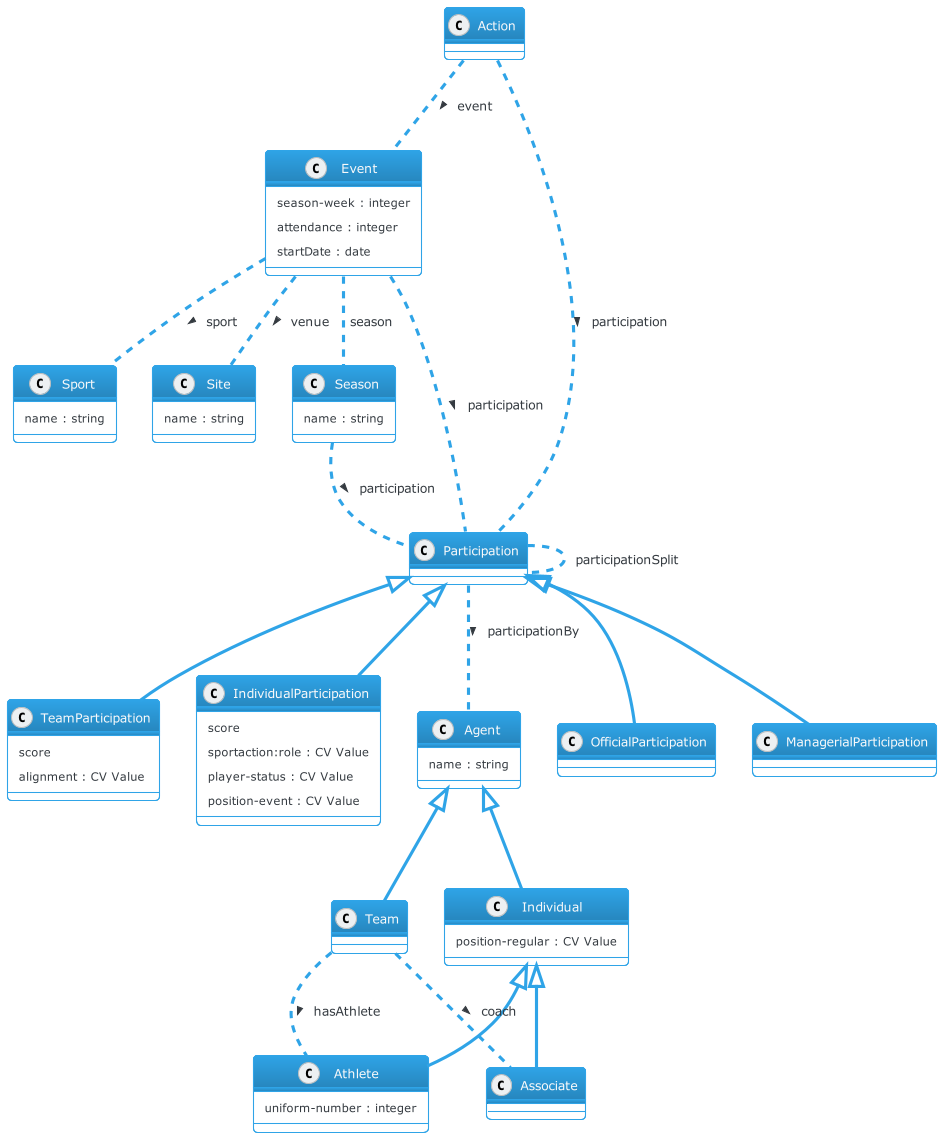
The PlantUML diagram docs/diagrams/iptc-sport-model.png in iptc/sport-schema, before a commit.
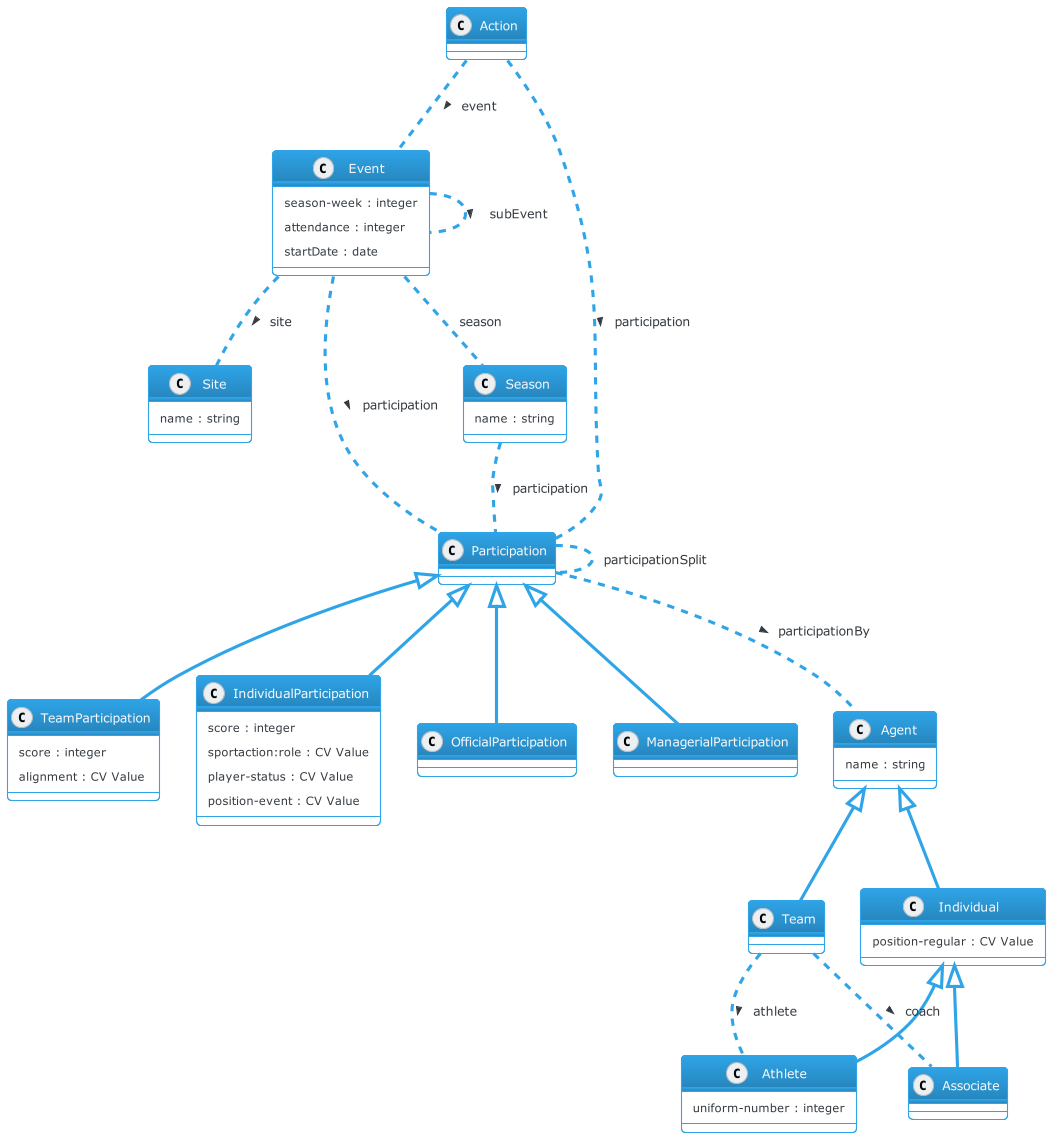
The same file after the commit.

Commit message:
Update to .png based on aligning it with the ontology file.

Change to the diagram source:
```diff
@@ -1,63 +1,75 @@
 @startuml
 !theme cerulean-outline
-class Sport {
-  name : string
-}
+
+
 class Season {
   name : string
 }
+
 class Event {
   season-week : integer
   attendance : integer
   startDate : date
 }
-class Action {
-}
-class Participation {
-}
+
+class Action { }
+
+class Participation { }
+
+Participation <|-- TeamParticipation
 class TeamParticipation {
-  score
+  score : integer
   alignment : CV Value
 }
+
+Participation <|-- IndividualParticipation
 class IndividualParticipation {
-  score
+  score : integer
   sportaction:role : CV Value
   player-status : CV Value
   position-event : CV Value
 }
+
+Participation <|-- OfficialParticipation
+class OfficialParticipation { }
+
+Participation <|-- ManagerialParticipation
+class ManagerialParticipation { }
+
+class Agent {
+  name : string
+}
+
+Agent <|-- Team
+class Team { }
+
+Agent <|-- Individual
+class Individual {
+  position-regular : CV Value
+}
+
+Individual <|-- Athlete
+class Athlete {
+  uniform-number : integer
+}
+
+Individual <|-- Associate
+class Associate { }
+
 class Site {
   name : string
 }
-class Agent {
-  name : string
-}
-class Team {
-}
-class Individual {
-  position-regular : CV Value
-}
-class Athlete {
-  uniform-number : integer
-}
-class Associate {
-}
-Participation <|-- TeamParticipation
-Participation <|-- IndividualParticipation
-Participation <|-- OfficialParticipation
-Participation <|-- ManagerialParticipation
-Agent <|-- Team
-Agent <|-- Individual
-Individual <|-- Athlete
-Individual <|-- Associate
+
+
 Action .. Event : > event
+Event .. Season : season
 Action .. Participation : > participation
-Event .. Sport : > sport
 Event .. Participation : > participation
-Event .. Season : season
 Season .. Participation : > participation
 Participation .. Participation : participationSplit
+Event .. Event : > subEvent
 Participation .. Agent : > participationBy
-Event .. Site :  > venue
-Team .. Athlete : > hasAthlete
+Team .. Athlete : > athlete
 Team .. Associate : > coach
+Event .. Site :  > site
 @enduml
```
